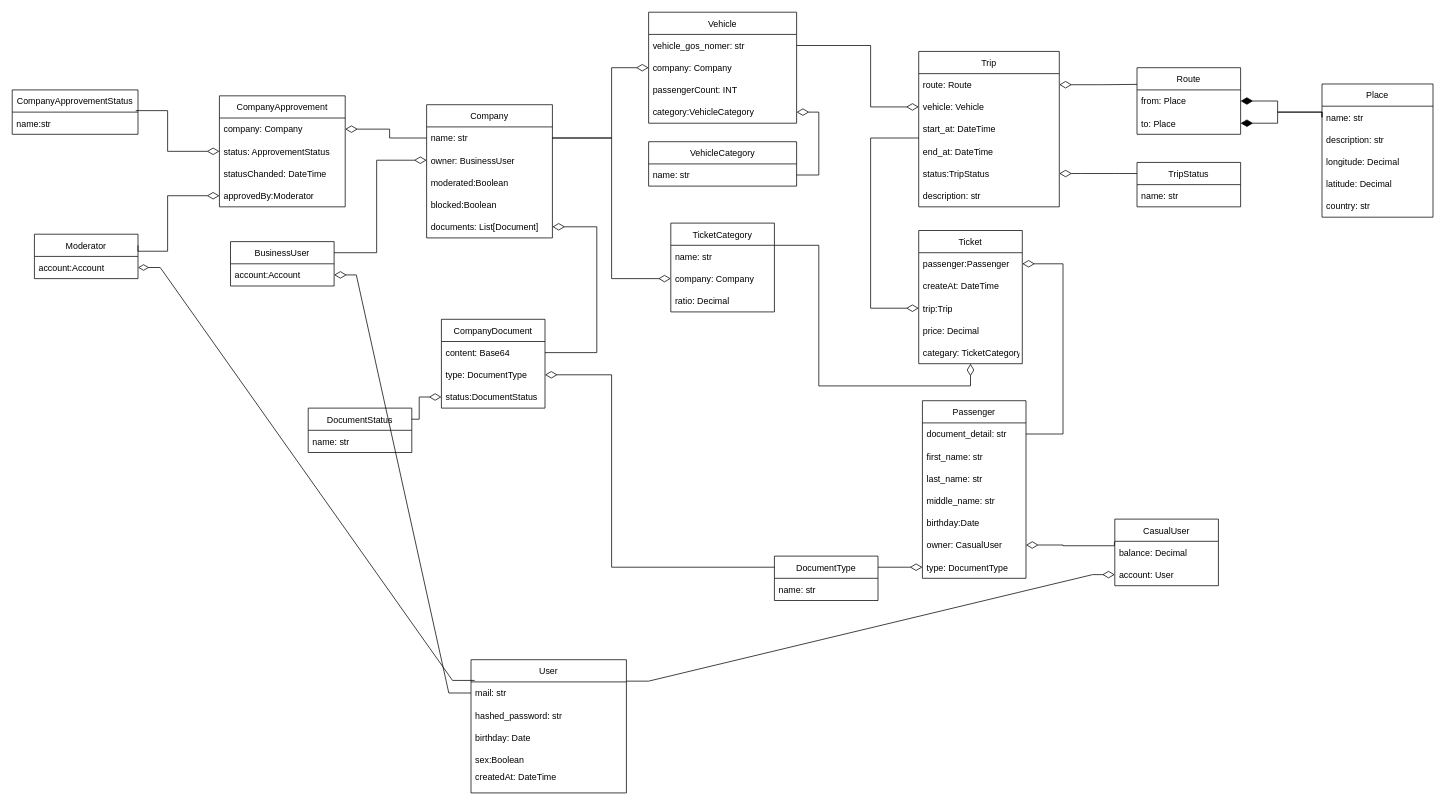
This is VehicleAggModels.drawio from vehicle-aggregator/docs, a draw.io file, before an edit. Source tidied: cells renumbered, new cells numbered last; positions are measured from the earlier drawing's top-left corner, leaving out a move shared by most shapes. Both pictures are drawn from the tidied source at 74%, with x=0, y=0 at pixel (12, 12).
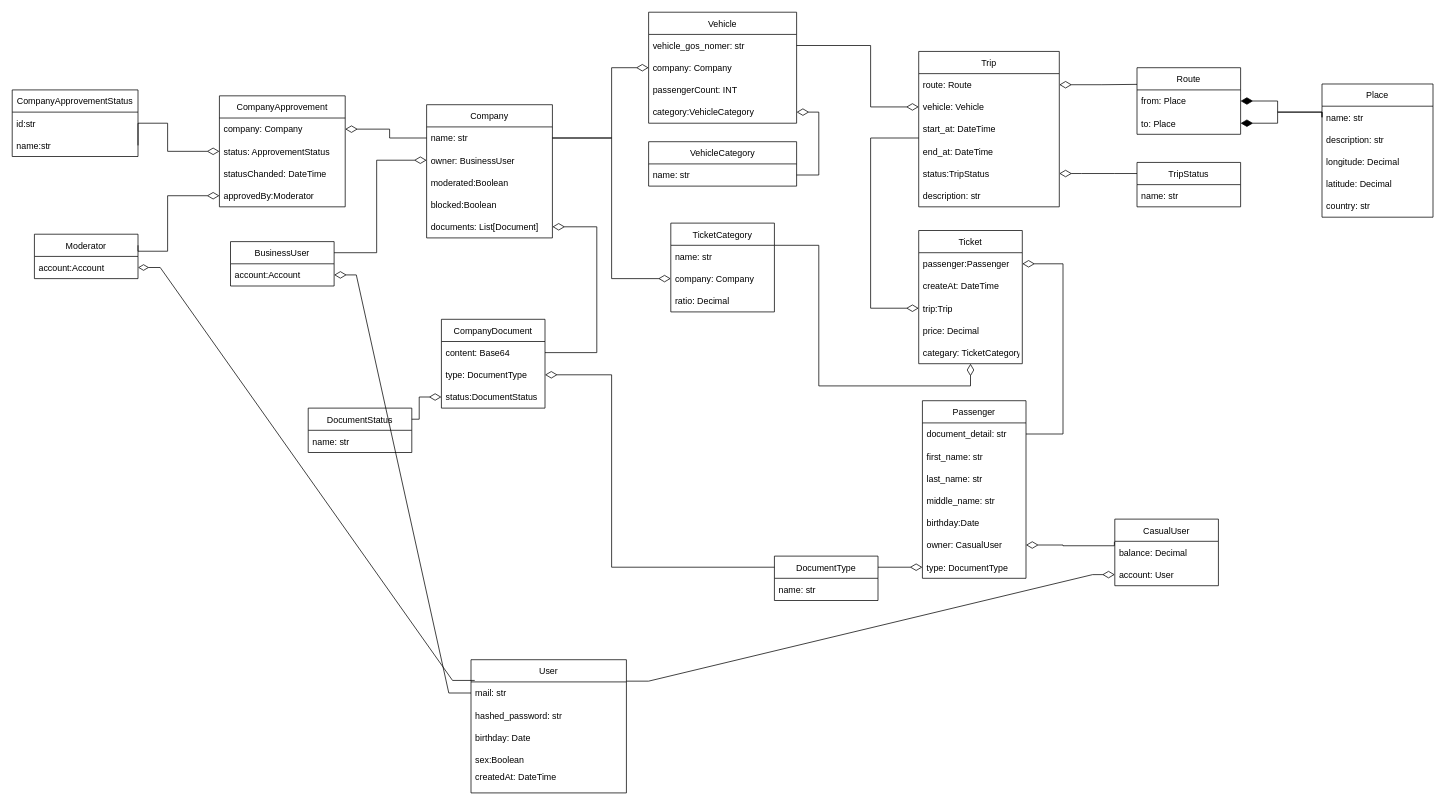
The same page after the edit.

Unchanged cells that the change refers to:
```xml
<mxCell id="21" value="status: ApprovementStatus" style="text;strokeColor=none;fillColor=none;align=left;verticalAlign=middle;spacingLeft=4;spacingRight=4;overflow=hidden;points=[[0,0.5],[1,0.5]];portConstraint=eastwest;" parent="19" vertex="1">
  <mxGeometry y="60" width="170" height="30" as="geometry" />
</mxCell>
```

Change to the diagram source:
```diff
@@
     <mxCell id="28" value="CompanyApprovementStatus" style="swimlane;fontStyle=0;horizontal=1;startSize=30;" parent="1" vertex="1">
-      <mxGeometry y="105" width="170" height="60" as="geometry" />
+      <mxGeometry y="105" width="170" height="90" as="geometry" />
     </mxCell>
+    <mxCell id="102" value="id:str" style="text;strokeColor=none;fillColor=none;align=left;verticalAlign=middle;spacingLeft=4;spacingRight=4;overflow=hidden;" parent="28" vertex="1">
+      <mxGeometry y="30" width="170" height="30" as="geometry" />
+    </mxCell>
     <mxCell id="29" value="name:str" style="text;strokeColor=none;fillColor=none;align=left;verticalAlign=middle;spacingLeft=4;spacingRight=4;overflow=hidden;points=[[0,0.5],[1,0.5]];portConstraint=eastwest;" parent="28" vertex="1">
-      <mxGeometry y="30" width="170" height="30" as="geometry" />
+      <mxGeometry y="60" width="170" height="30" as="geometry" />
     </mxCell>
-    <mxCell id="30" style="edgeStyle=orthogonalEdgeStyle;rounded=0;jettySize=auto;html=1;entryX=0.982;entryY=-0.067;entryDx=0;entryDy=0;entryPerimeter=0;elbow=vertical;endArrow=none;endFill=0;startArrow=diamondThin;startFill=0;endSize=11;startSize=14;" parent="1" edge="1" source="21" target="29">
+    <mxCell id="30" style="edgeStyle=orthogonalEdgeStyle;rounded=0;jettySize=auto;html=1;entryX=1;entryY=0.5;entryDx=0;entryDy=0;elbow=vertical;endArrow=none;endFill=0;startArrow=diamondThin;startFill=0;endSize=11;startSize=14;" parent="1" edge="1" source="21" target="29">
       <mxGeometry relative="1" as="geometry">
         <Array as="points">
           <mxPoint x="210" y="188" />
-          <mxPoint x="210" y="133" />
+          <mxPoint x="210" y="150" />
         </Array>
       </mxGeometry>
     </mxCell>
```
